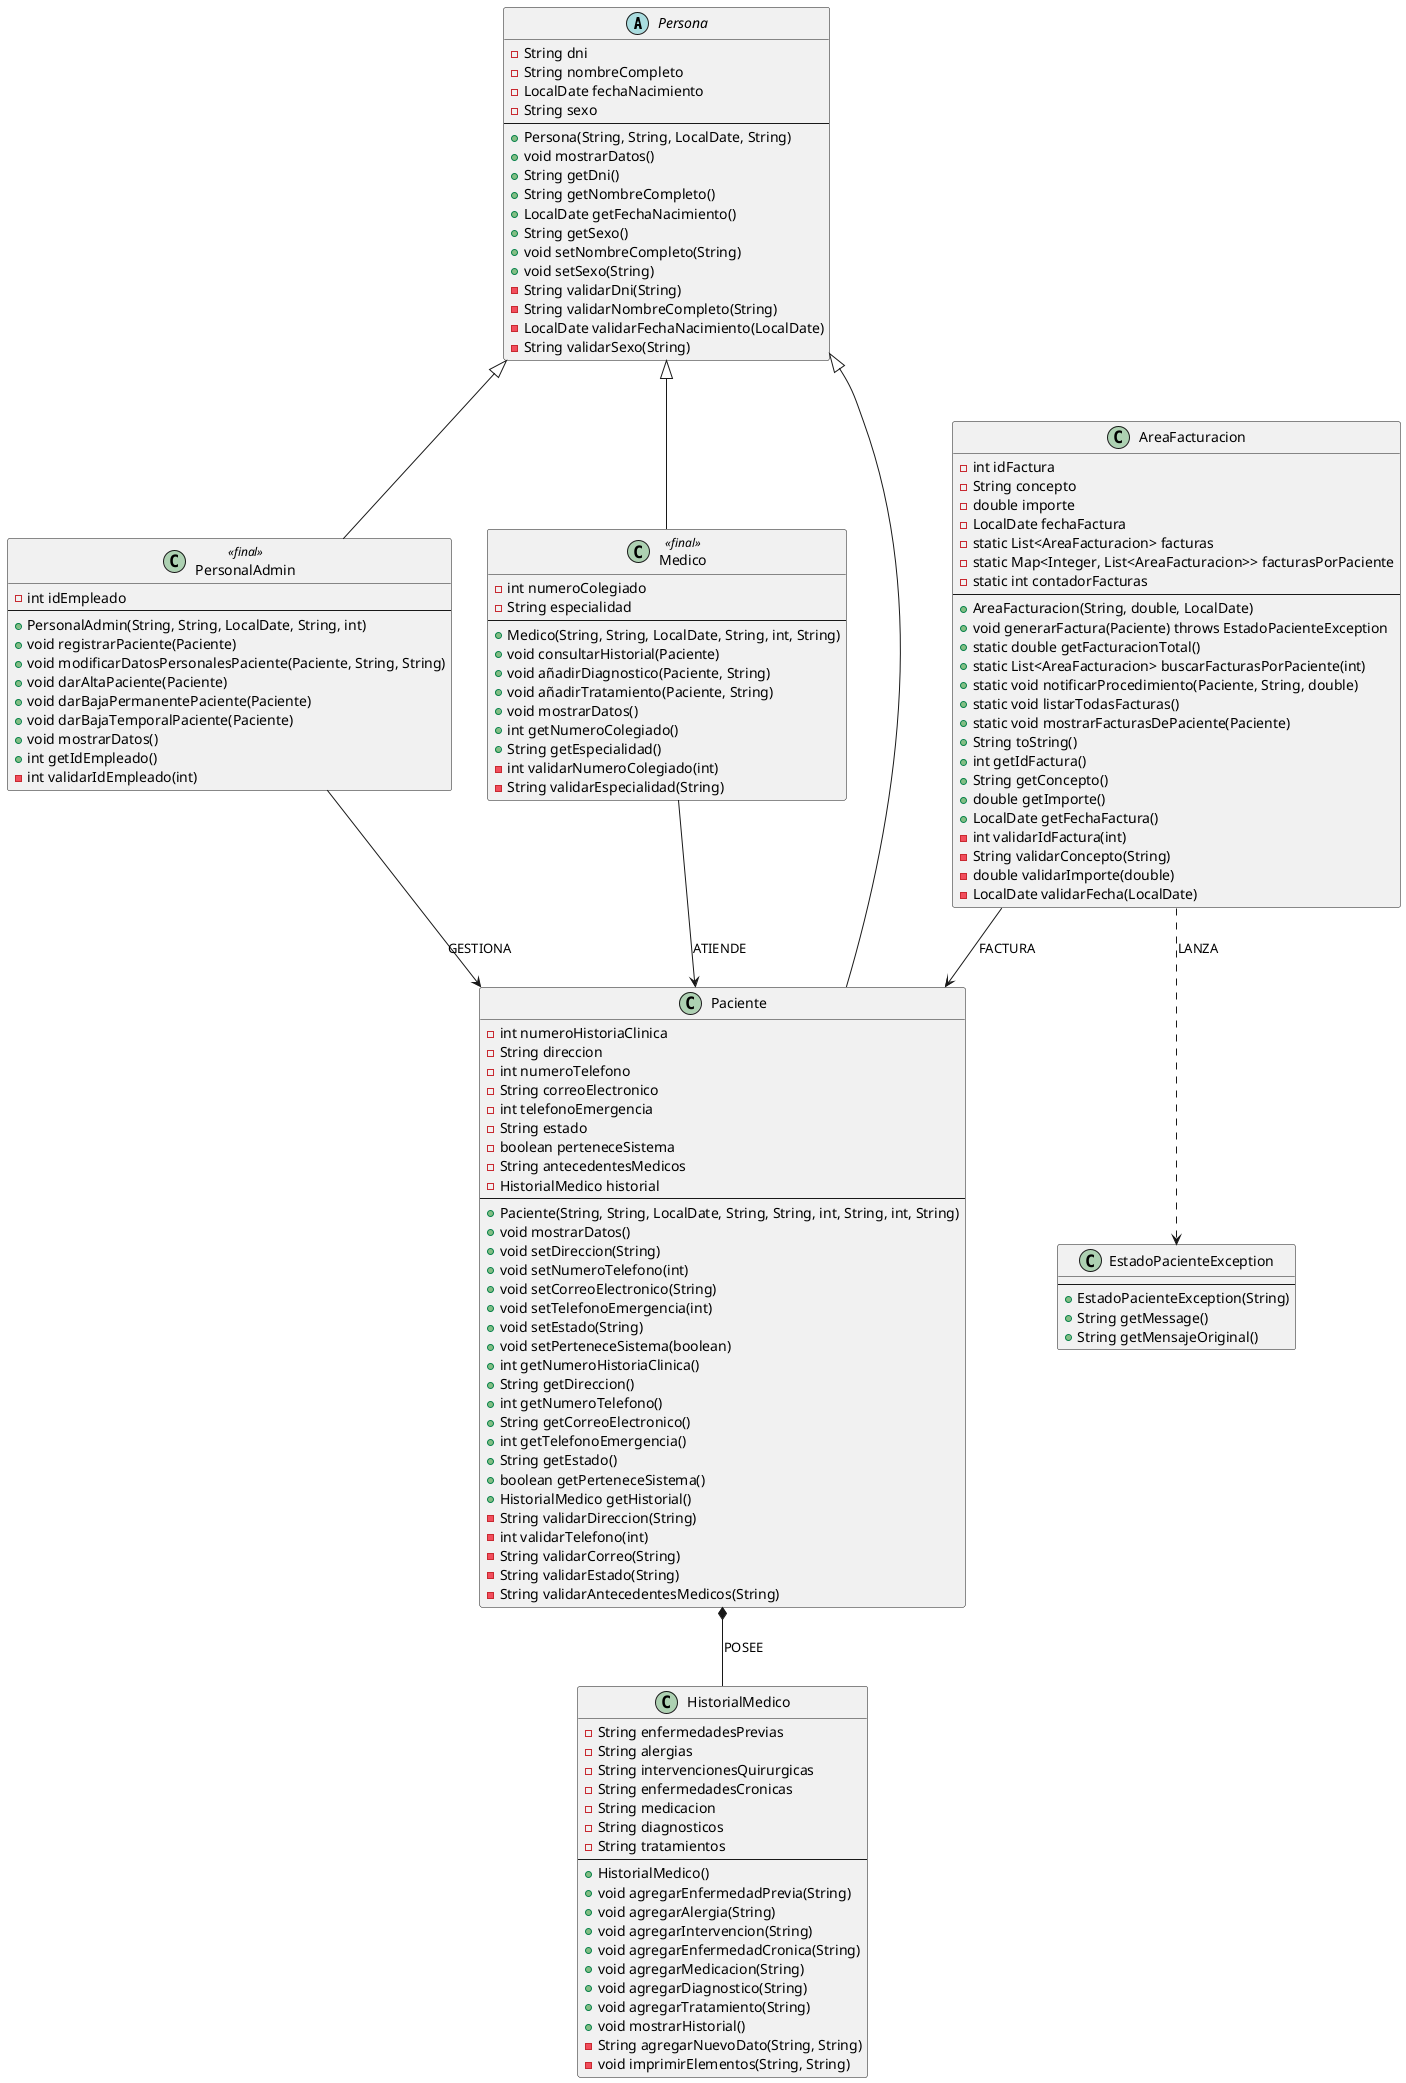
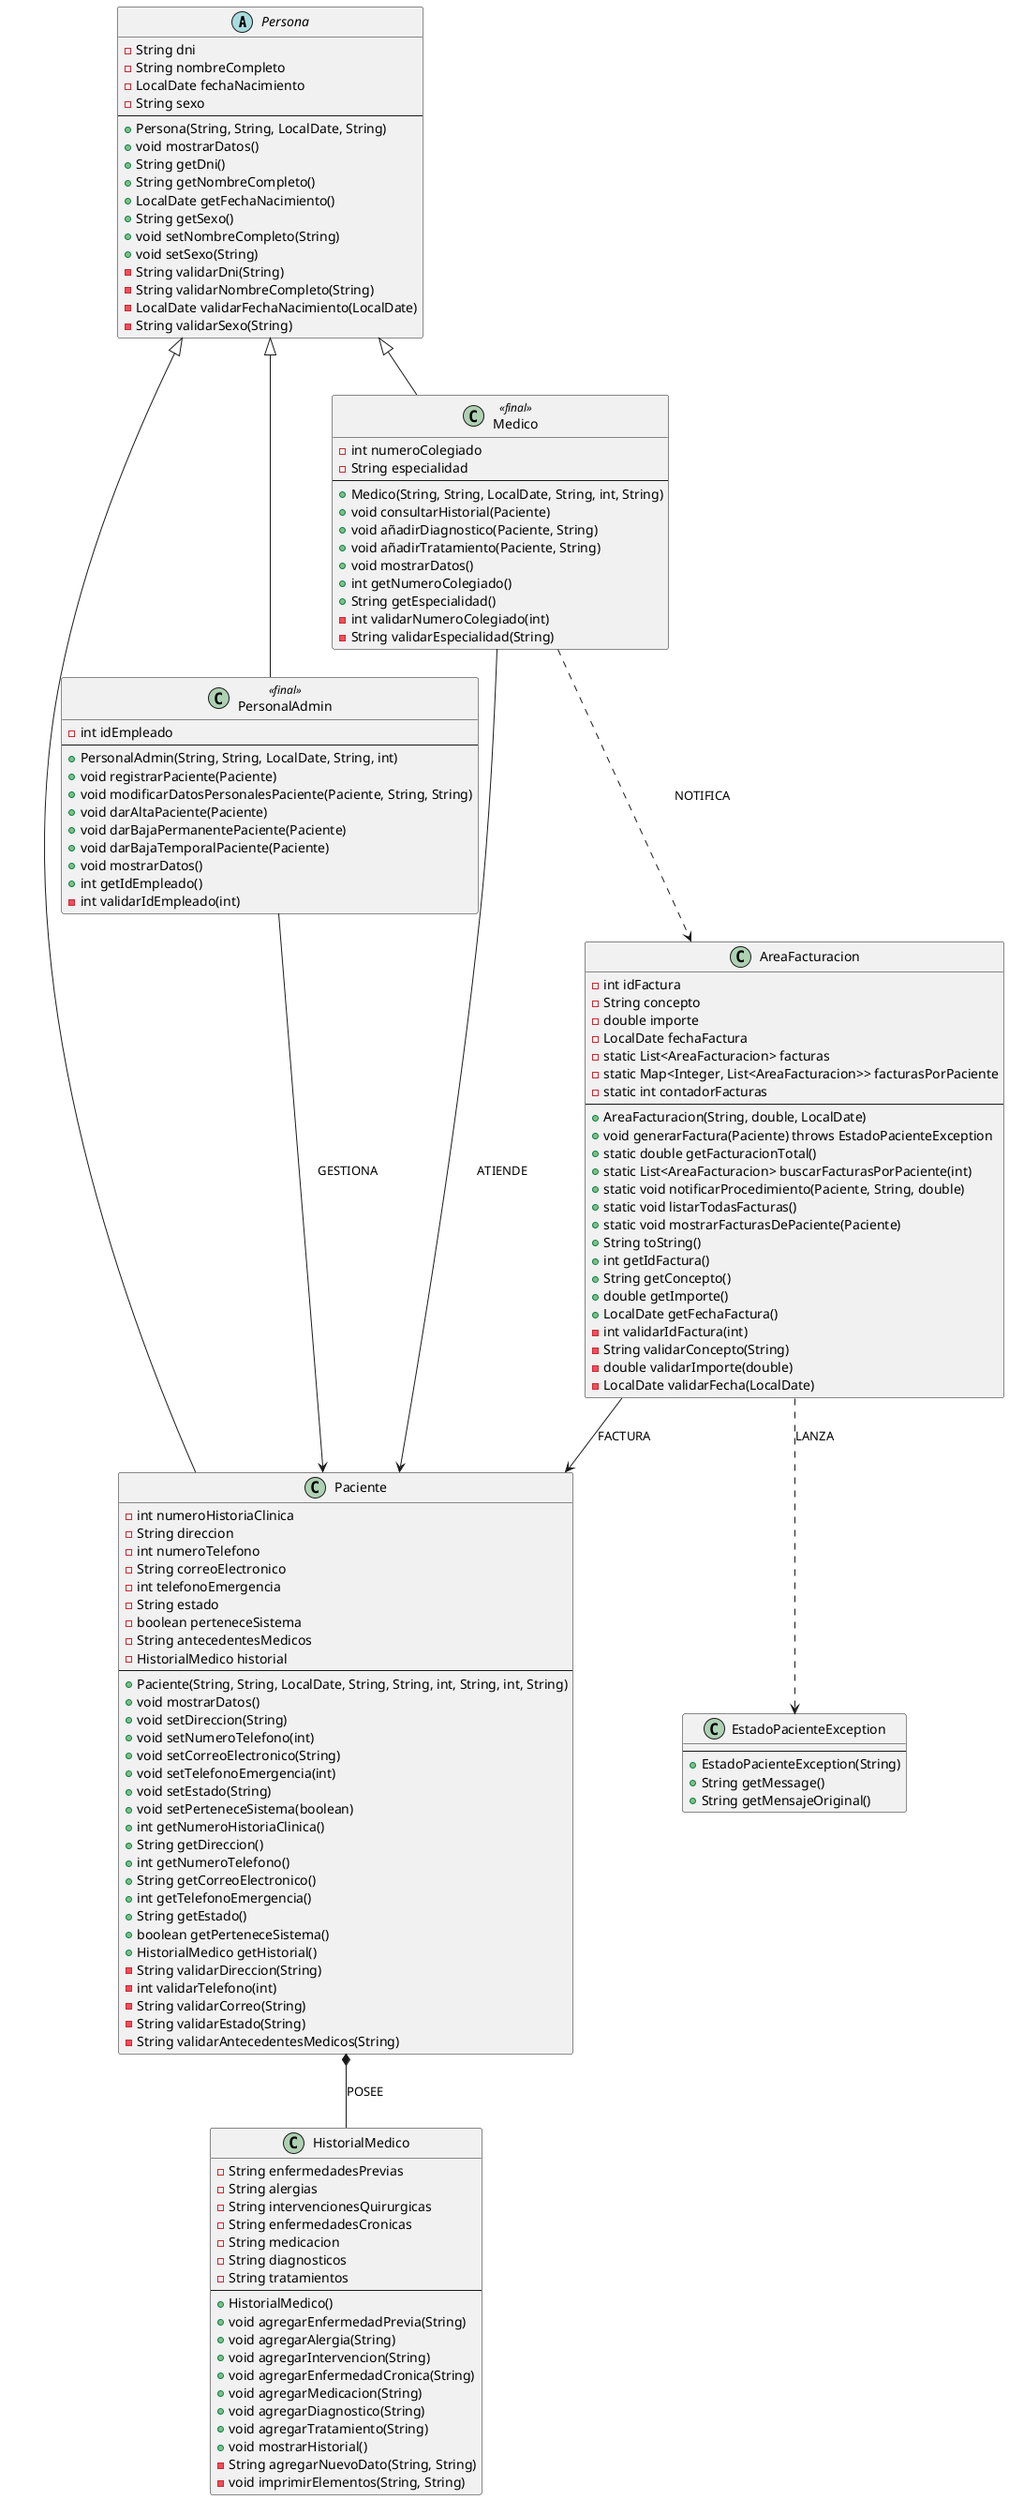
@startuml

' Clase Abstracta Persona

abstract class Persona {
    - String dni
    - String nombreCompleto
    - LocalDate fechaNacimiento
    - String sexo
    --
    + Persona(String, String, LocalDate, String)
    + void mostrarDatos()
    + String getDni()
    + String getNombreCompleto()
    + LocalDate getFechaNacimiento()
    + String getSexo()
    + void setNombreCompleto(String)
    + void setSexo(String)
    - String validarDni(String)
    - String validarNombreCompleto(String)
    - LocalDate validarFechaNacimiento(LocalDate)
    - String validarSexo(String)
}

' Clase PersonalAdmin

class PersonalAdmin <<final>> {
    - int idEmpleado
    --
    + PersonalAdmin(String, String, LocalDate, String, int)
    + void registrarPaciente(Paciente)
    + void modificarDatosPersonalesPaciente(Paciente, String, String)
    + void darAltaPaciente(Paciente)
    + void darBajaPermanentePaciente(Paciente)
    + void darBajaTemporalPaciente(Paciente)
    + void mostrarDatos()
    + int getIdEmpleado()
    - int validarIdEmpleado(int)
}

' Clase Medico

class Medico <<final>> {
    - int numeroColegiado
    - String especialidad
    --
    + Medico(String, String, LocalDate, String, int, String)
    + void consultarHistorial(Paciente)
    + void añadirDiagnostico(Paciente, String)
    + void añadirTratamiento(Paciente, String)
    + void mostrarDatos()
    + int getNumeroColegiado()
    + String getEspecialidad()
    - int validarNumeroColegiado(int)
    - String validarEspecialidad(String)
}

' Clase Paciente

class Paciente {
    - int numeroHistoriaClinica
    - String direccion
    - int numeroTelefono
    - String correoElectronico
    - int telefonoEmergencia
    - String estado
    - boolean perteneceSistema
    - String antecedentesMedicos
    - HistorialMedico historial
    --
    + Paciente(String, String, LocalDate, String, String, int, String, int, String)
    + void mostrarDatos()
    + void setDireccion(String)
    + void setNumeroTelefono(int)
    + void setCorreoElectronico(String)
    + void setTelefonoEmergencia(int)
    + void setEstado(String)
    + void setPerteneceSistema(boolean)
    + int getNumeroHistoriaClinica()
    + String getDireccion()
    + int getNumeroTelefono()
    + String getCorreoElectronico()
    + int getTelefonoEmergencia()
    + String getEstado()
    + boolean getPerteneceSistema()
    + HistorialMedico getHistorial()
    - String validarDireccion(String)
    - int validarTelefono(int)
    - String validarCorreo(String)
    - String validarEstado(String)
    - String validarAntecedentesMedicos(String)
}

' Clase HistorialMedico

class HistorialMedico {
    - String enfermedadesPrevias
    - String alergias
    - String intervencionesQuirurgicas
    - String enfermedadesCronicas
    - String medicacion
    - String diagnosticos
    - String tratamientos
    --
    + HistorialMedico()
    + void agregarEnfermedadPrevia(String)
    + void agregarAlergia(String)
    + void agregarIntervencion(String)
    + void agregarEnfermedadCronica(String)
    + void agregarMedicacion(String)
    + void agregarDiagnostico(String)
    + void agregarTratamiento(String)
    + void mostrarHistorial()
    - String agregarNuevoDato(String, String)
    - void imprimirElementos(String, String)
}

' Clase AreaFacturacion

class AreaFacturacion {
    - int idFactura
    - String concepto
    - double importe
    - LocalDate fechaFactura
    - static List<AreaFacturacion> facturas
    - static Map<Integer, List<AreaFacturacion>> facturasPorPaciente
    - static int contadorFacturas
    --
    + AreaFacturacion(String, double, LocalDate)
    + void generarFactura(Paciente) throws EstadoPacienteException
    + static double getFacturacionTotal()
    + static List<AreaFacturacion> buscarFacturasPorPaciente(int)
    + static void notificarProcedimiento(Paciente, String, double)
    + static void listarTodasFacturas()
    + static void mostrarFacturasDePaciente(Paciente)
    + String toString()
    + int getIdFactura()
    + String getConcepto()
    + double getImporte()
    + LocalDate getFechaFactura()
    - int validarIdFactura(int)
    - String validarConcepto(String)
    - double validarImporte(double)
    - LocalDate validarFecha(LocalDate)
}

' Clase EstadoPacienteException (RuntimeException)

class EstadoPacienteException {
    --
    + EstadoPacienteException(String)
    + String getMessage()
    + String getMensajeOriginal()
}

' Herencias
Persona <|-- PersonalAdmin
Persona <|-- Medico
Persona <|-- Paciente

' Composición (relación fuerte TODO-PARTE)
Paciente *-- HistorialMedico : POSEE

' Asociaciones (relaciones de uso)
PersonalAdmin --> Paciente : GESTIONA
Medico --> Paciente : ATIENDE
AreaFacturacion --> Paciente : FACTURA

- ' Dependencia (uso temporal)
+ ' Dependencias (uso temporal)
AreaFacturacion ..> EstadoPacienteException : LANZA
+ Medico ..> AreaFacturacion : NOTIFICA

@enduml
